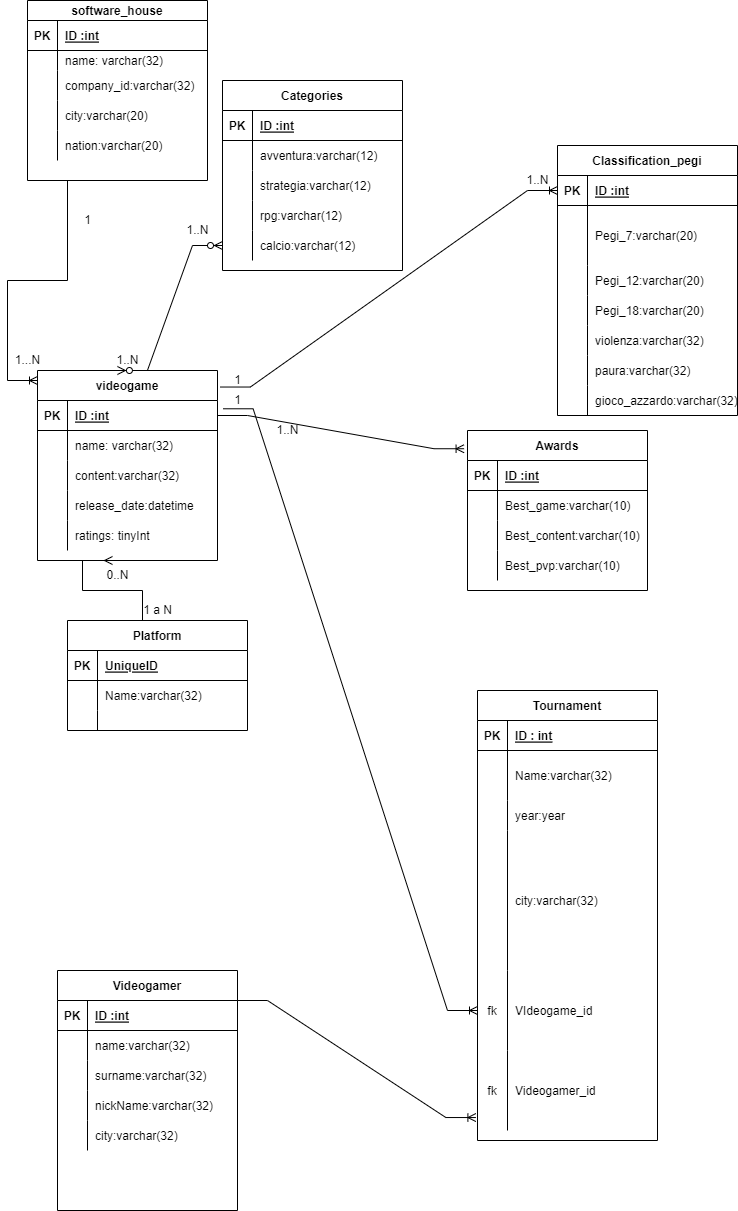
SimoneDiPrima/db-videogames keeps this draw.io diagram as db-videogames.png. Above is the earlier version. Source tidied: cells renumbered, new cells last; positions are measured from the earlier drawing's top-left corner, leaving out a move shared by most shapes.
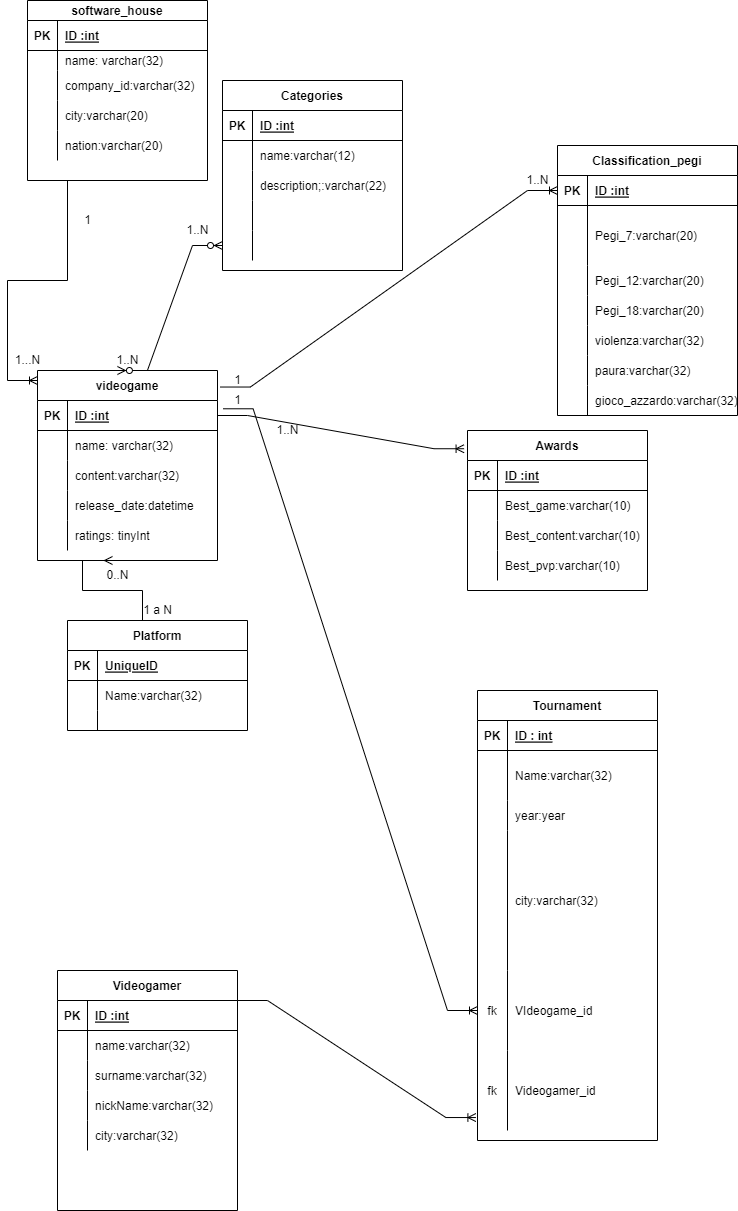
Above is the later version.

What changed in the source:
```diff
@@ -116,7 +116,7 @@
     <mxCell id="39" style="shape=partialRectangle;fillColor=none;top=0;left=0;bottom=0;right=0;overflow=hidden;" parent="38" vertex="1">
       <mxGeometry width="30" height="30" as="geometry" />
     </mxCell>
-    <mxCell id="40" value="avventura:varchar(12)" style="shape=partialRectangle;fillColor=none;top=0;left=0;bottom=0;right=0;align=left;spacingLeft=6;overflow=hidden;" parent="38" vertex="1">
+    <mxCell id="40" value="name:varchar(12)" style="shape=partialRectangle;fillColor=none;top=0;left=0;bottom=0;right=0;align=left;spacingLeft=6;overflow=hidden;" parent="38" vertex="1">
       <mxGeometry x="30" width="150" height="30" as="geometry" />
     </mxCell>
     <mxCell id="41" style="shape=tableRow;horizontal=0;startSize=0;swimlaneHead=0;swimlaneBody=0;fillColor=none;top=0;left=0;right=0;bottom=0;" parent="34" vertex="1">
@@ -125,7 +125,7 @@
     <mxCell id="42" style="shape=partialRectangle;fillColor=none;top=0;left=0;bottom=0;right=0;overflow=hidden;" parent="41" vertex="1">
       <mxGeometry width="30" height="30" as="geometry" />
     </mxCell>
-    <mxCell id="43" value="strategia:varchar(12)" style="shape=partialRectangle;fillColor=none;top=0;left=0;bottom=0;right=0;align=left;spacingLeft=6;overflow=hidden;" parent="41" vertex="1">
+    <mxCell id="43" value="description;:varchar(22)" style="shape=partialRectangle;fillColor=none;top=0;left=0;bottom=0;right=0;align=left;spacingLeft=6;overflow=hidden;" parent="41" vertex="1">
       <mxGeometry x="30" width="150" height="30" as="geometry" />
     </mxCell>
     <mxCell id="44" style="shape=tableRow;horizontal=0;startSize=0;swimlaneHead=0;swimlaneBody=0;fillColor=none;top=0;left=0;right=0;bottom=0;" parent="34" vertex="1">
@@ -134,7 +134,7 @@
     <mxCell id="45" style="shape=partialRectangle;fillColor=none;top=0;left=0;bottom=0;right=0;overflow=hidden;" parent="44" vertex="1">
       <mxGeometry width="30" height="30" as="geometry" />
     </mxCell>
-    <mxCell id="46" value="rpg:varchar(12)" style="shape=partialRectangle;fillColor=none;top=0;left=0;bottom=0;right=0;align=left;spacingLeft=6;overflow=hidden;" parent="44" vertex="1">
+    <mxCell id="46" style="shape=partialRectangle;fillColor=none;top=0;left=0;bottom=0;right=0;align=left;spacingLeft=6;overflow=hidden;" parent="44" vertex="1">
       <mxGeometry x="30" width="150" height="30" as="geometry" />
     </mxCell>
     <mxCell id="47" style="shape=tableRow;horizontal=0;startSize=0;swimlaneHead=0;swimlaneBody=0;fillColor=none;top=0;left=0;right=0;bottom=0;" parent="34" vertex="1">
@@ -143,7 +143,7 @@
     <mxCell id="48" style="shape=partialRectangle;fillColor=none;top=0;left=0;bottom=0;right=0;overflow=hidden;" parent="47" vertex="1">
       <mxGeometry width="30" height="30" as="geometry" />
     </mxCell>
-    <mxCell id="49" value="calcio:varchar(12)" style="shape=partialRectangle;fillColor=none;top=0;left=0;bottom=0;right=0;align=left;spacingLeft=6;overflow=hidden;" parent="47" vertex="1">
+    <mxCell id="49" style="shape=partialRectangle;fillColor=none;top=0;left=0;bottom=0;right=0;align=left;spacingLeft=6;overflow=hidden;" parent="47" vertex="1">
       <mxGeometry x="30" width="150" height="30" as="geometry" />
     </mxCell>
     <mxCell id="50" value="Classification_pegi" style="shape=table;startSize=30;rowLines=0;fontStyle=1;align=center;" parent="1" vertex="1">
```
